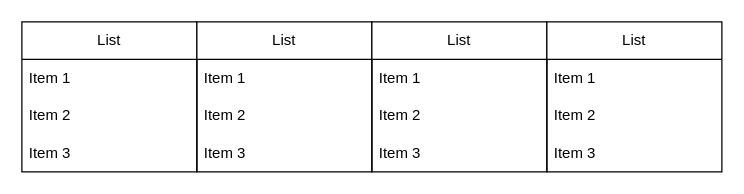
This is dac trung sanpham.drawio from frozenproof/dactaphanmem, a draw.io file, before an edit. Source tidied: cells renumbered, new cells numbered last; positions are measured from the earlier drawing's top-left corner, leaving out a move shared by most shapes. Both pictures are drawn from the tidied source at 125%, with x=0, y=0 at pixel (21, 21).
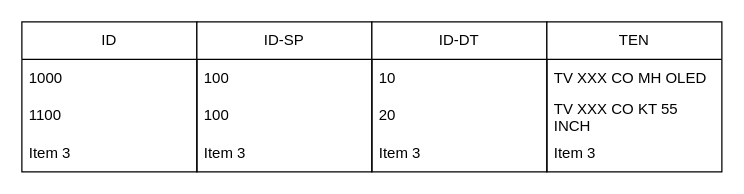
After the change.

What changed in the source:
```diff
@@
 <mxGraphModel>
   <root>
     <mxCell id="0" />
     <mxCell id="1" parent="0" />
-    <mxCell id="2" value="List" style="swimlane;fontStyle=0;horizontal=1;startSize=30;whiteSpace=wrap;html=1;" parent="1" vertex="1">
+    <mxCell id="2" value="ID" style="swimlane;fontStyle=0;horizontal=1;startSize=30;whiteSpace=wrap;html=1;" parent="1" vertex="1">
       <mxGeometry width="140" height="120" as="geometry" />
     </mxCell>
-    <mxCell id="3" value="Item 1" style="text;strokeColor=none;fillColor=none;align=left;verticalAlign=middle;spacingLeft=4;spacingRight=4;overflow=hidden;whiteSpace=wrap;html=1;" parent="2" vertex="1">
+    <mxCell id="3" value="1000" style="text;strokeColor=none;fillColor=none;align=left;verticalAlign=middle;spacingLeft=4;spacingRight=4;overflow=hidden;whiteSpace=wrap;html=1;" parent="2" vertex="1">
       <mxGeometry y="30" width="140" height="30" as="geometry" />
     </mxCell>
-    <mxCell id="4" value="Item 2" style="text;strokeColor=none;fillColor=none;align=left;verticalAlign=middle;spacingLeft=4;spacingRight=4;overflow=hidden;whiteSpace=wrap;html=1;" parent="2" vertex="1">
+    <mxCell id="4" value="1100" style="text;strokeColor=none;fillColor=none;align=left;verticalAlign=middle;spacingLeft=4;spacingRight=4;overflow=hidden;whiteSpace=wrap;html=1;" parent="2" vertex="1">
       <mxGeometry y="60" width="140" height="30" as="geometry" />
     </mxCell>
     <mxCell id="5" value="Item 3" style="text;strokeColor=none;fillColor=none;align=left;verticalAlign=middle;spacingLeft=4;spacingRight=4;overflow=hidden;whiteSpace=wrap;html=1;" parent="2" vertex="1">
       <mxGeometry y="90" width="140" height="30" as="geometry" />
     </mxCell>
-    <mxCell id="6" value="List" style="swimlane;fontStyle=0;horizontal=1;startSize=30;whiteSpace=wrap;html=1;" parent="1" vertex="1">
+    <mxCell id="6" value="ID-SP" style="swimlane;fontStyle=0;horizontal=1;startSize=30;whiteSpace=wrap;html=1;" parent="1" vertex="1">
       <mxGeometry x="140" width="140" height="120" as="geometry" />
     </mxCell>
-    <mxCell id="7" value="Item 1" style="text;strokeColor=none;fillColor=none;align=left;verticalAlign=middle;spacingLeft=4;spacingRight=4;overflow=hidden;whiteSpace=wrap;html=1;" parent="6" vertex="1">
+    <mxCell id="7" value="100" style="text;strokeColor=none;fillColor=none;align=left;verticalAlign=middle;spacingLeft=4;spacingRight=4;overflow=hidden;whiteSpace=wrap;html=1;" parent="6" vertex="1">
       <mxGeometry y="30" width="140" height="30" as="geometry" />
     </mxCell>
-    <mxCell id="8" value="Item 2" style="text;strokeColor=none;fillColor=none;align=left;verticalAlign=middle;spacingLeft=4;spacingRight=4;overflow=hidden;whiteSpace=wrap;html=1;" parent="6" vertex="1">
+    <mxCell id="8" value="100" style="text;strokeColor=none;fillColor=none;align=left;verticalAlign=middle;spacingLeft=4;spacingRight=4;overflow=hidden;whiteSpace=wrap;html=1;" parent="6" vertex="1">
       <mxGeometry y="60" width="140" height="30" as="geometry" />
     </mxCell>
     <mxCell id="9" value="Item 3" style="text;strokeColor=none;fillColor=none;align=left;verticalAlign=middle;spacingLeft=4;spacingRight=4;overflow=hidden;whiteSpace=wrap;html=1;" parent="6" vertex="1">
       <mxGeometry y="90" width="140" height="30" as="geometry" />
     </mxCell>
-    <mxCell id="10" value="List" style="swimlane;fontStyle=0;horizontal=1;startSize=30;whiteSpace=wrap;html=1;" parent="1" vertex="1">
+    <mxCell id="10" value="ID-DT" style="swimlane;fontStyle=0;horizontal=1;startSize=30;whiteSpace=wrap;html=1;" parent="1" vertex="1">
       <mxGeometry x="280" width="140" height="120" as="geometry" />
     </mxCell>
-    <mxCell id="11" value="Item 1" style="text;strokeColor=none;fillColor=none;align=left;verticalAlign=middle;spacingLeft=4;spacingRight=4;overflow=hidden;whiteSpace=wrap;html=1;" parent="10" vertex="1">
+    <mxCell id="11" value="10" style="text;strokeColor=none;fillColor=none;align=left;verticalAlign=middle;spacingLeft=4;spacingRight=4;overflow=hidden;whiteSpace=wrap;html=1;" parent="10" vertex="1">
       <mxGeometry y="30" width="140" height="30" as="geometry" />
     </mxCell>
-    <mxCell id="12" value="Item 2" style="text;strokeColor=none;fillColor=none;align=left;verticalAlign=middle;spacingLeft=4;spacingRight=4;overflow=hidden;whiteSpace=wrap;html=1;" parent="10" vertex="1">
+    <mxCell id="12" value="20" style="text;strokeColor=none;fillColor=none;align=left;verticalAlign=middle;spacingLeft=4;spacingRight=4;overflow=hidden;whiteSpace=wrap;html=1;" parent="10" vertex="1">
       <mxGeometry y="60" width="140" height="30" as="geometry" />
     </mxCell>
     <mxCell id="13" value="Item 3" style="text;strokeColor=none;fillColor=none;align=left;verticalAlign=middle;spacingLeft=4;spacingRight=4;overflow=hidden;whiteSpace=wrap;html=1;" parent="10" vertex="1">
       <mxGeometry y="90" width="140" height="30" as="geometry" />
     </mxCell>
-    <mxCell id="14" value="List" style="swimlane;fontStyle=0;horizontal=1;startSize=30;whiteSpace=wrap;html=1;" parent="1" vertex="1">
+    <mxCell id="14" value="TEN" style="swimlane;fontStyle=0;horizontal=1;startSize=30;whiteSpace=wrap;html=1;" parent="1" vertex="1">
       <mxGeometry x="420" width="140" height="120" as="geometry" />
     </mxCell>
-    <mxCell id="15" value="Item 1" style="text;strokeColor=none;fillColor=none;align=left;verticalAlign=middle;spacingLeft=4;spacingRight=4;overflow=hidden;whiteSpace=wrap;html=1;" parent="14" vertex="1">
+    <mxCell id="15" value="TV XXX CO MH OLED" style="text;strokeColor=none;fillColor=none;align=left;verticalAlign=middle;spacingLeft=4;spacingRight=4;overflow=hidden;whiteSpace=wrap;html=1;" parent="14" vertex="1">
       <mxGeometry y="30" width="140" height="30" as="geometry" />
     </mxCell>
-    <mxCell id="16" value="Item 2" style="text;strokeColor=none;fillColor=none;align=left;verticalAlign=middle;spacingLeft=4;spacingRight=4;overflow=hidden;whiteSpace=wrap;html=1;" parent="14" vertex="1">
+    <mxCell id="16" value="TV XXX CO KT 55 INCH" style="text;strokeColor=none;fillColor=none;align=left;verticalAlign=middle;spacingLeft=4;spacingRight=4;overflow=hidden;whiteSpace=wrap;html=1;" parent="14" vertex="1">
       <mxGeometry y="60" width="140" height="30" as="geometry" />
     </mxCell>
     <mxCell id="17" value="Item 3" style="text;strokeColor=none;fillColor=none;align=left;verticalAlign=middle;spacingLeft=4;spacingRight=4;overflow=hidden;whiteSpace=wrap;html=1;" parent="14" vertex="1">
       <mxGeometry y="90" width="140" height="30" as="geometry" />
     </mxCell>
   </root>
 </mxGraphModel>
```
